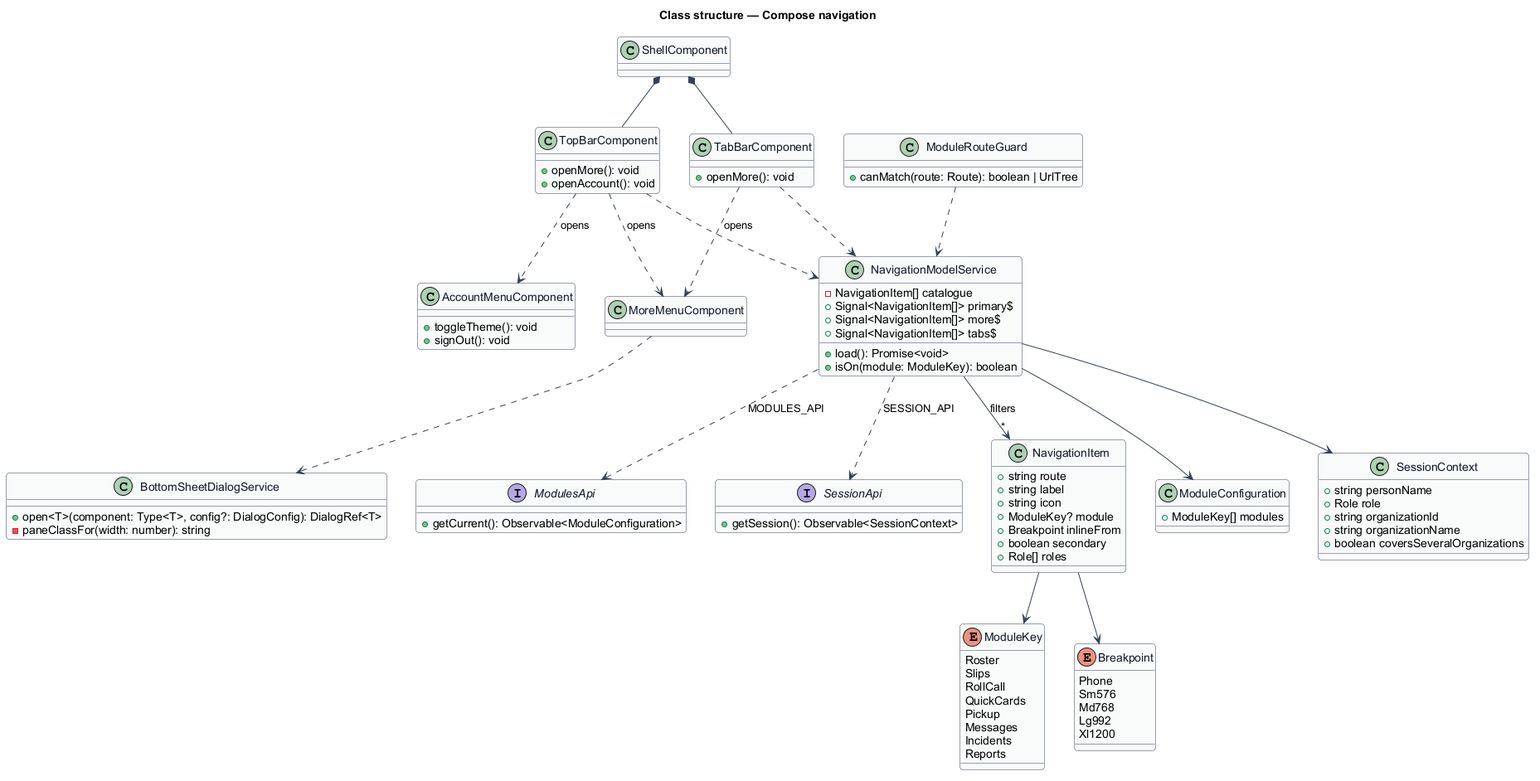
QuinntyneBrown/promise-hub keeps this PlantUML diagram as docs/detailed-designs/shell/compose-navigation/diagrams/class-structure.png. Above is the earlier version.
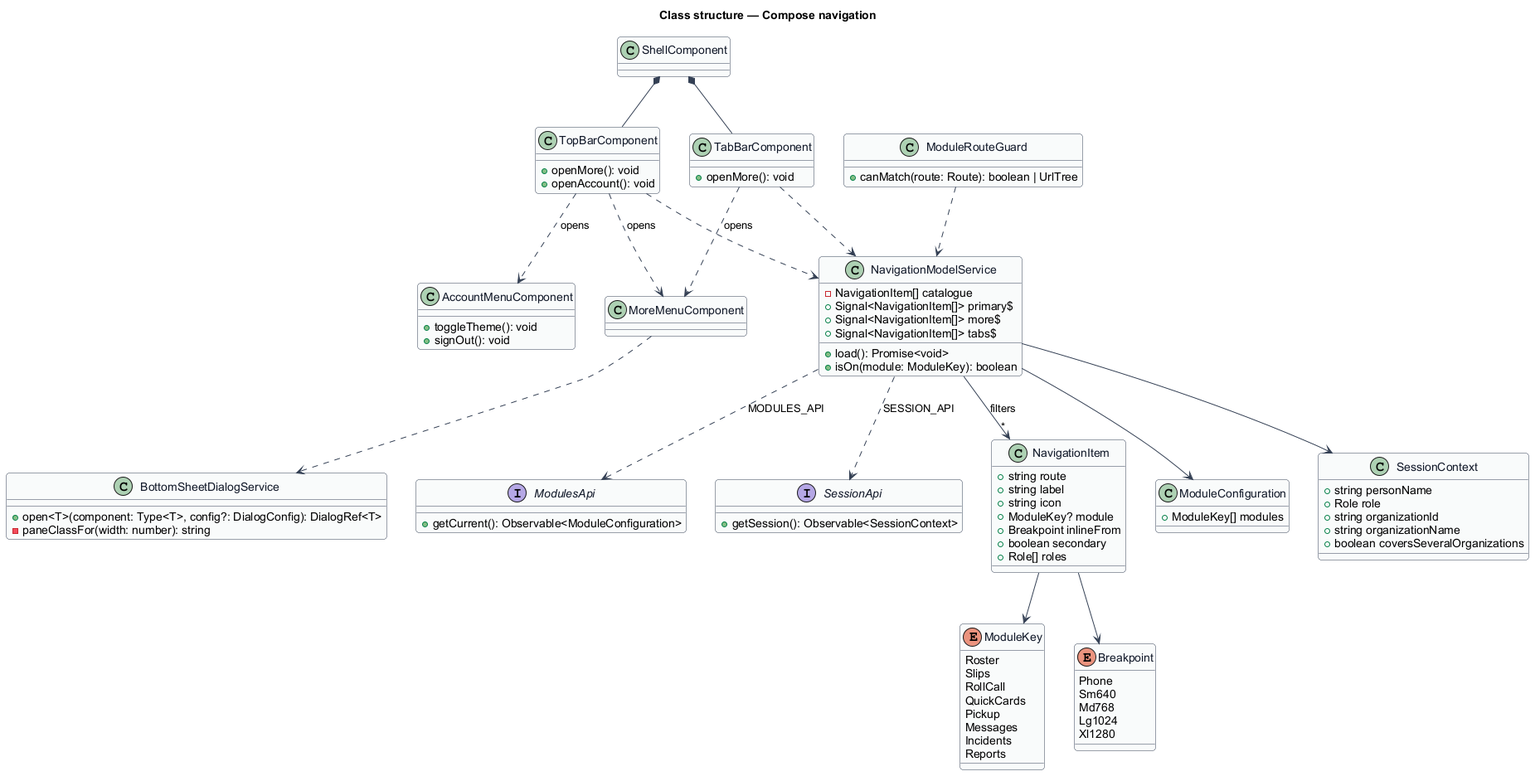
After the commit.

What changed in the source:
```diff
@@ -24,10 +24,10 @@
 
 enum Breakpoint {
   Phone
-  Sm576
+  Sm640
   Md768
-  Lg992
-  Xl1200
+  Lg1024
+  Xl1280
 }
 
 class NavigationItem {
```
